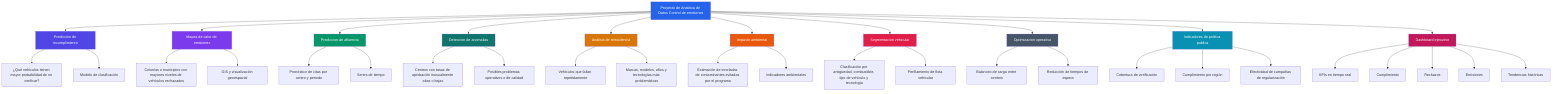
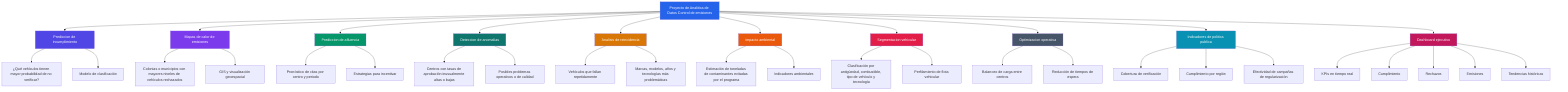
flowchart TD

A[Proyecto de Analitica de Datos Control de emisiones]

B[Prediccion de incumplimiento]
C[Mapas de calor de emisiones]
D[Prediccion de afluencia]
E[Deteccion de anomalias]
F[Analisis de reincidencia]
G[Impacto ambiental]
H[Segmentacion vehicular]
I[Optimizacion operativa]
J[Indicadores de politica publica]
K[Dashboard ejecutivo]


A --> B[Prediccion de incumplimiento]
A --> C[Mapas de calor de emisiones]
A --> D[Prediccion de afluencia]
A --> E[Deteccion de anomalias]
A --> F[Analisis de reincidencia]
A --> G[Impacto ambiental]
A --> H[Segmentacion vehicular]
A --> I[Optimizacion operativa]
A --> J[Indicadores de politica publica]
A --> K[Dashboard ejecutivo]


%% Predicción de incumplimiento %%
B --> B1[¿Qué vehículos tienen mayor probabilidad de no verificar?]
B --> B2[Modelo de clasificación]

%% Mapas de calor de emisiones %%
C --> C1[Colonias o municipios con mayores niveles de vehículos rechazados]
C --> C2[GIS y visualización geoespacial]

%% Predicción de afluencia %%
D --> D1[Pronóstico de citas por centro y periodo]
- D --> D2[Series de tiempo]
+ D --> D2[Estrategias para incentivar]

%% Detección de anomalías %%
E --> E1[Centros con tasas de aprobación inusualmente altas o bajas]
E --> E2[Posibles problemas operativos o de calidad]

%% Análisis de reincidencia %%
F --> F1[Vehículos que fallan repetidamente]
F --> F2[Marcas, modelos, años y tecnologías más problemáticas]

%% Impacto ambiental %%
G --> G1[Estimación de toneladas de contaminantes evitadas por el programa]
G --> G2[Indicadores ambientales]

%% Segmentación vehicular %%
H --> H1[Clasificación por antigüedad, combustible, tipo de vehículo y tecnología]
H --> H2[Perfilamiento de flota vehicular]

%% Optimización operativa %%
I --> I1[Balanceo de carga entre centros]
I --> I2[Reducción de tiempos de espera]

%% Indicadores de política pública %%
J --> J1[Cobertura de verificación]
J --> J2[Cumplimiento por región]
J --> J3[Efectividad de campañas de regularización]

%% Dashboard ejecutivo %%
K --> K1[KPIs en tiempo real]
K --> K2[Cumplimiento]
K --> K3[Rechazos]
K --> K4[Emisiones]
K --> K5[Tendencias históricas]

classDef blue fill:#2563EB,color:#fff
classDef indigo fill:#4F46E5,color:#fff
classDef violet fill:#7C3AED,color:#fff
classDef emerald fill:#059669,color:#fff
classDef teal fill:#0F766E,color:#fff
classDef amber fill:#D97706,color:#fff
classDef orange fill:#EA580C,color:#fff
classDef rose fill:#E11D48,color:#fff
classDef slate fill:#475569,color:#fff
classDef cyan fill:#0891B2,color:#fff
classDef magenta fill:#C2185B,color:#fff

class A blue
class B indigo
class C violet
class D emerald
class E teal
class F amber
class G orange
class H rose
class I slate
class J cyan
- class K magenta+ class K magenta
